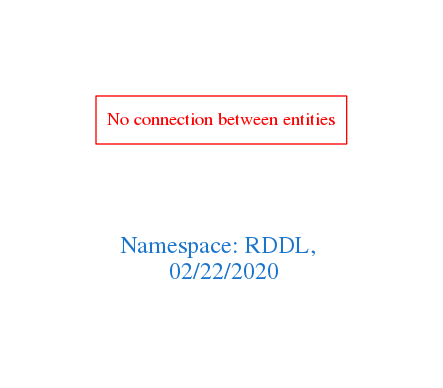
This is downloads/RDDL.png from arago/OGIT, a Graphviz export, as it was before one commit. Its source is kept beside it as downloads/RDDL.dot.
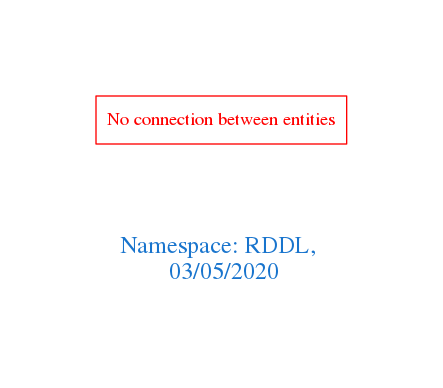
Above is the later version.

Diff of the diagram source:
```diff
@@ -1,7 +1,7 @@
 digraph OGIT_ontology {
  graph [ rankdir= LR,pad=1
 fontsize = 18,
-fontcolor= dodgerblue3,label = "\n\n\nNamespace: RDDL, \n 02/22/2020"];
+fontcolor= dodgerblue3,label = "\n\n\nNamespace: RDDL, \n 03/05/2020"];
 node[shape=polygon];
 edge [  color="gray81"];
 
```
